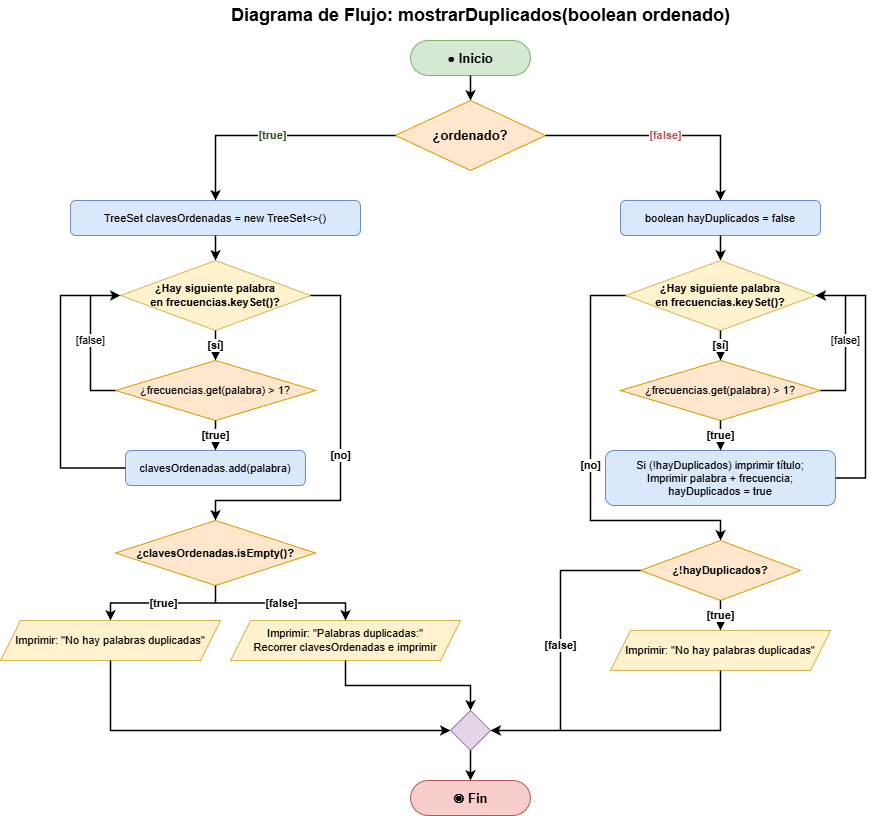
Earlier version of the draw.io export Practica_4/Diagramas/Flujo_04_mostrarDuplicados.png (diegoraulzayas-debug/Practicas_POO). Source tidied: cells renumbered, new cells last; positions are measured from the earlier drawing's top-left corner, leaving out a move shared by most shapes.
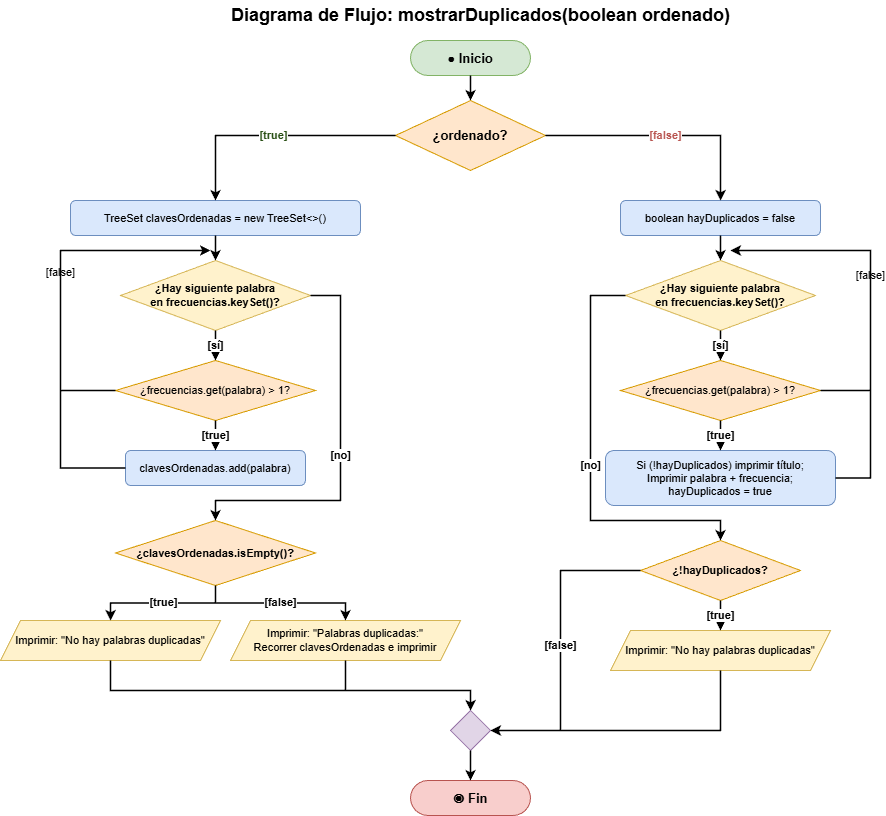
After the change.

Change to the diagram source:
```diff
@@ -74,19 +74,22 @@
     <mxCell id="25" value="[true]" style="edgeStyle=orthogonalEdgeStyle;rounded=0;html=1;strokeWidth=1.5;fontStyle=1;strokeColor=#000000;fontColor=#000000;" parent="1" edge="1" source="7" target="8">
       <mxGeometry relative="1" as="geometry" />
     </mxCell>
-    <mxCell id="26" value="[false]" style="edgeStyle=orthogonalEdgeStyle;rounded=0;html=1;strokeWidth=1.5;strokeColor=#000000;exitX=0;exitY=0.5;exitDx=0;exitDy=0;entryX=0;entryY=0.5;entryDx=0;entryDy=0;" parent="1" edge="1" source="7" target="6">
+    <mxCell id="26" value="[false]" style="edgeStyle=orthogonalEdgeStyle;rounded=0;html=1;strokeWidth=1.5;strokeColor=#000000;exitX=0;exitY=0.5;exitDx=0;exitDy=0;" parent="1" edge="1" source="7">
       <mxGeometry relative="1" as="geometry">
+        <mxPoint x="210" y="250" as="targetPoint" />
         <Array as="points">
-          <mxPoint x="90" y="390" />
-          <mxPoint x="90" y="295" />
+          <mxPoint x="60" y="390" />
+          <mxPoint x="60" y="250" />
         </Array>
       </mxGeometry>
     </mxCell>
-    <mxCell id="27" style="edgeStyle=orthogonalEdgeStyle;rounded=0;html=1;strokeWidth=1.5;strokeColor=#000000;exitX=0;exitY=0.5;exitDx=0;exitDy=0;entryX=0;entryY=0.5;entryDx=0;entryDy=0;" parent="1" edge="1" source="8" target="6">
+    <mxCell id="27" style="edgeStyle=orthogonalEdgeStyle;rounded=0;html=1;strokeWidth=1.5;strokeColor=#000000;exitX=0;exitY=0.5;exitDx=0;exitDy=0;" parent="1" edge="1" source="8">
       <mxGeometry relative="1" as="geometry">
+        <mxPoint x="210" y="250" as="targetPoint" />
         <Array as="points">
-          <mxPoint x="60" y="468" />
-          <mxPoint x="60" y="295" />
+          <mxPoint x="60" y="467" />
+          <mxPoint x="60" y="250" />
+          <mxPoint x="210" y="250" />
         </Array>
       </mxGeometry>
     </mxCell>
@@ -108,12 +111,18 @@
     <mxCell id="31" style="edgeStyle=orthogonalEdgeStyle;rounded=0;html=1;strokeWidth=1.5;strokeColor=#000000;" parent="1" edge="1" source="10" target="18">
       <mxGeometry relative="1" as="geometry">
         <Array as="points">
-          <mxPoint x="110" y="730" />
+          <mxPoint x="110" y="690" />
+          <mxPoint x="470" y="690" />
         </Array>
       </mxGeometry>
     </mxCell>
     <mxCell id="32" style="edgeStyle=orthogonalEdgeStyle;rounded=0;html=1;strokeWidth=1.5;strokeColor=#000000;" parent="1" edge="1" source="11" target="18">
-      <mxGeometry relative="1" as="geometry" />
+      <mxGeometry relative="1" as="geometry">
+        <Array as="points">
+          <mxPoint x="345" y="690" />
+          <mxPoint x="470" y="690" />
+        </Array>
+      </mxGeometry>
     </mxCell>
     <mxCell id="33" style="edgeStyle=orthogonalEdgeStyle;rounded=0;html=1;strokeWidth=1.5;strokeColor=#000000;" parent="1" edge="1" source="12" target="13">
       <mxGeometry relative="1" as="geometry" />
@@ -124,19 +133,21 @@
     <mxCell id="35" value="[true]" style="edgeStyle=orthogonalEdgeStyle;rounded=0;html=1;strokeWidth=1.5;fontStyle=1;strokeColor=#000000;fontColor=#000000;" parent="1" edge="1" source="14" target="15">
       <mxGeometry relative="1" as="geometry" />
     </mxCell>
-    <mxCell id="36" value="[false]" style="edgeStyle=orthogonalEdgeStyle;rounded=0;html=1;strokeWidth=1.5;strokeColor=#000000;exitX=1;exitY=0.5;exitDx=0;exitDy=0;entryX=1;entryY=0.5;entryDx=0;entryDy=0;" parent="1" edge="1" source="14" target="13">
+    <mxCell id="36" value="[false]" style="edgeStyle=orthogonalEdgeStyle;rounded=0;html=1;strokeWidth=1.5;strokeColor=#000000;exitX=1;exitY=0.5;exitDx=0;exitDy=0;" parent="1" edge="1" source="14">
       <mxGeometry relative="1" as="geometry">
+        <mxPoint x="730" y="250" as="targetPoint" />
         <Array as="points">
-          <mxPoint x="845" y="390" />
-          <mxPoint x="845" y="295" />
+          <mxPoint x="870" y="390" />
+          <mxPoint x="870" y="250" />
         </Array>
       </mxGeometry>
     </mxCell>
-    <mxCell id="37" style="edgeStyle=orthogonalEdgeStyle;rounded=0;html=1;strokeWidth=1.5;exitX=1;exitY=0.5;exitDx=0;exitDy=0;entryX=1;entryY=0.5;entryDx=0;entryDy=0;" parent="1" edge="1" source="15" target="13">
+    <mxCell id="37" style="edgeStyle=orthogonalEdgeStyle;rounded=0;html=1;strokeWidth=1.5;exitX=1;exitY=0.5;exitDx=0;exitDy=0;fillColor=#000000;strokeColor=#000000;" parent="1" edge="1" source="15">
       <mxGeometry relative="1" as="geometry">
+        <mxPoint x="730" y="250" as="targetPoint" />
         <Array as="points">
-          <mxPoint x="865" y="478" />
-          <mxPoint x="865" y="295" />
+          <mxPoint x="870" y="478" />
+          <mxPoint x="870" y="250" />
         </Array>
       </mxGeometry>
     </mxCell>
```
